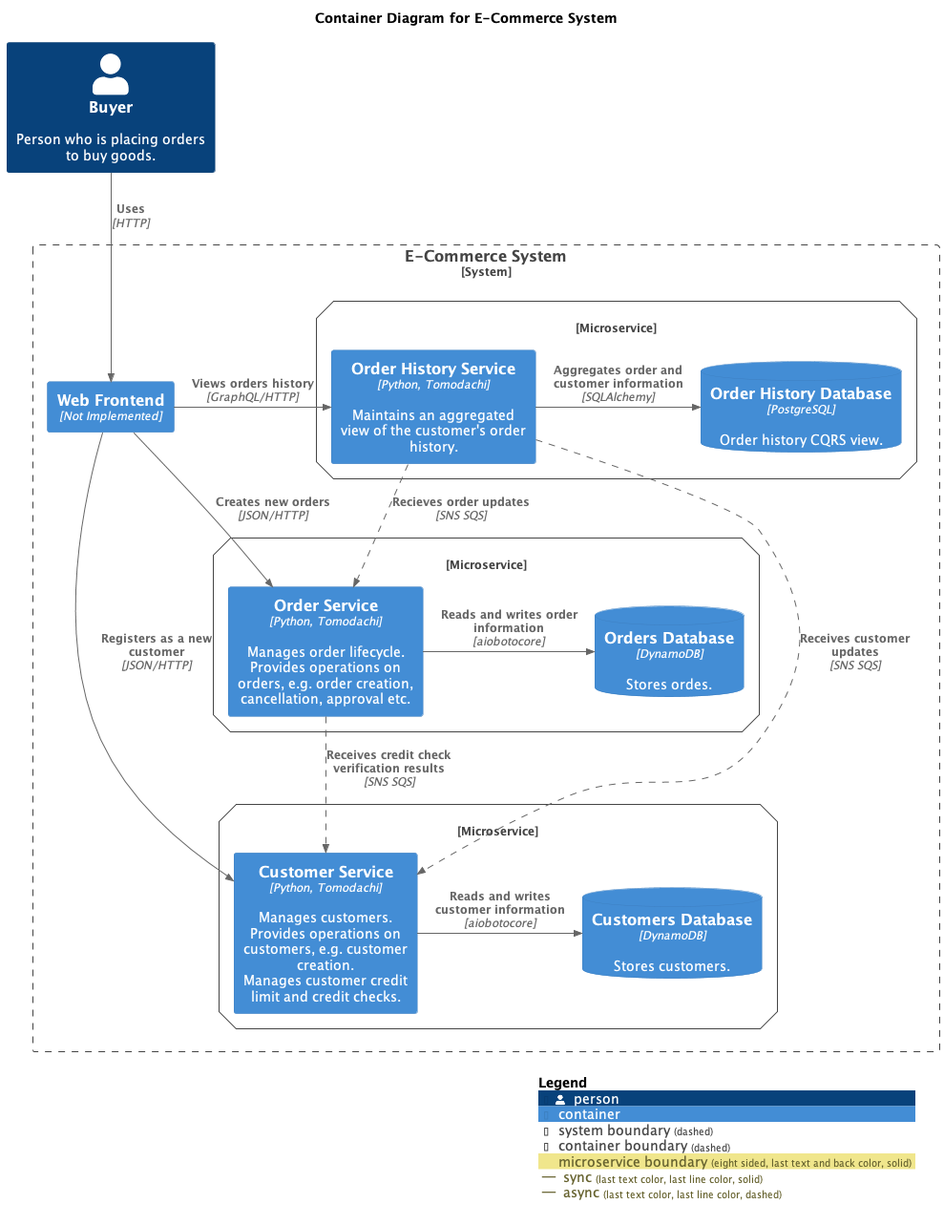
Earlier version of the PlantUML export docs/architecture/c4/level_2_container/ecommerce_system_container.png (filipsnastins/consumer-driven-contract-testing-with-pact). Its diagram source:
```plantuml
@startuml
!include <C4/C4_Container>
!include ../level_1_system_context/person/persons.puml
!include ./container/containers.puml

title Container Diagram for E-Commerce System

AddRelTag("sync", $lineStyle = SolidLine())
AddRelTag("async", $lineStyle = DashedLine())

buyerPerson()

System_Boundary(ecommerceSystemBounary, "E-Commerce System", "System") {
    webFrontendContainer()
    serviceOrdersContainer()
    serviceCustomersContainer()
    serviceOrderHistoryContainer()
}

Rel(serviceOrders, serviceCustomers, "Receives credit check verification results", "SNS SQS", $tags="async")
Rel(serviceOrderHistory, serviceOrders, "Recieves order updates", "SNS SQS", $tags="async")
Rel(serviceOrderHistory, serviceCustomers, "Receives customer updates", "SNS SQS", $tags="async")

Rel(buyerPerson, webFrontend, "Uses", "HTTP")

Rel_R(webFrontend, serviceOrders, "Creates new orders", "JSON/HTTP", $tags="sync")
Rel_R(webFrontend, serviceCustomers, "Registers as a new customer", "JSON/HTTP", $tags="sync")
Rel_R(webFrontend, serviceOrderHistory, "Views orders history", "GraphQL/HTTP", $tags="sync")

SHOW_LEGEND()
@enduml
```
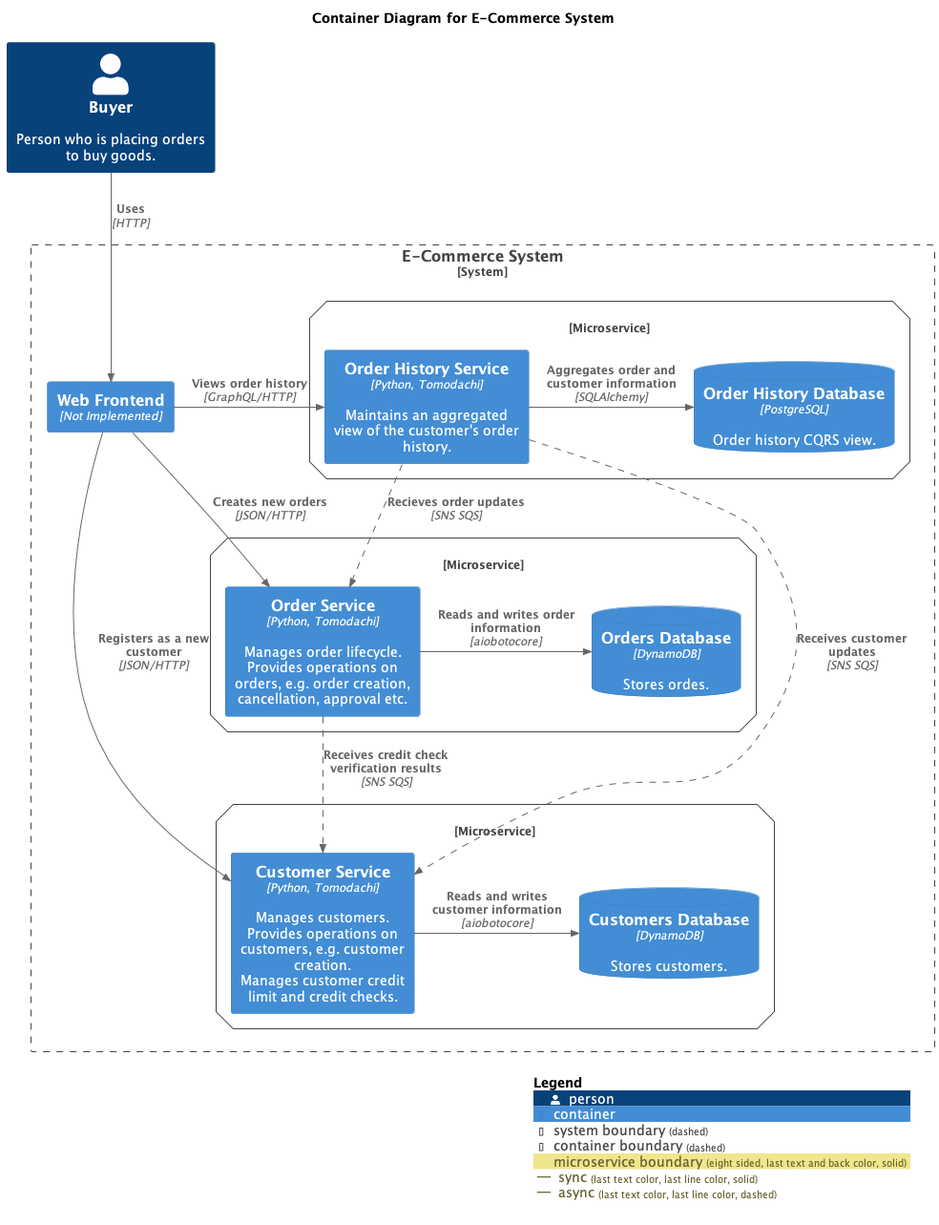
The same file after the commit.

The edit, as a diff of the source:
```diff
@@ -25,7 +25,7 @@
 
 Rel_R(webFrontend, serviceOrders, "Creates new orders", "JSON/HTTP", $tags="sync")
 Rel_R(webFrontend, serviceCustomers, "Registers as a new customer", "JSON/HTTP", $tags="sync")
-Rel_R(webFrontend, serviceOrderHistory, "Views orders history", "GraphQL/HTTP", $tags="sync")
+Rel_R(webFrontend, serviceOrderHistory, "Views order history", "GraphQL/HTTP", $tags="sync")
 
 SHOW_LEGEND()
 @enduml
```
